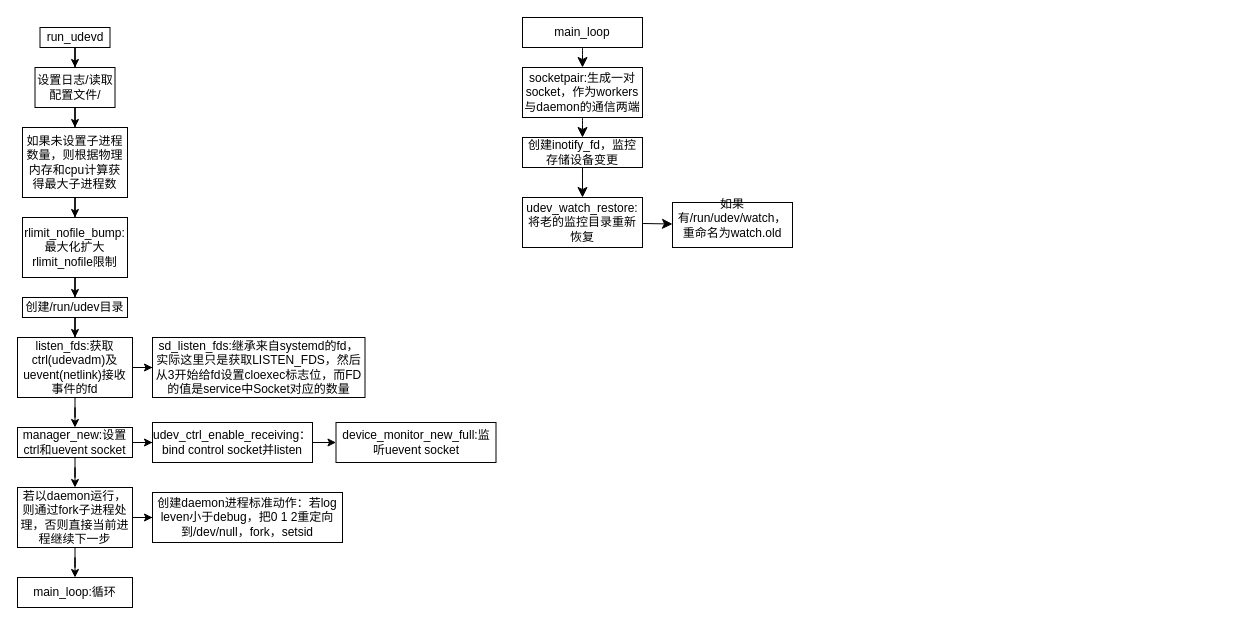
Above: systemd/code_read/udevd/udevd.drawio in syyhao1994/shenyangyang.github.io (draw.io), before the change. Source tidied: cells renumbered, new cells numbered last; positions are measured from the earlier drawing's top-left corner, leaving out a move shared by most shapes. Both pictures are drawn from the tidied source at 100%, with x=0, y=0 at pixel (17, 17).
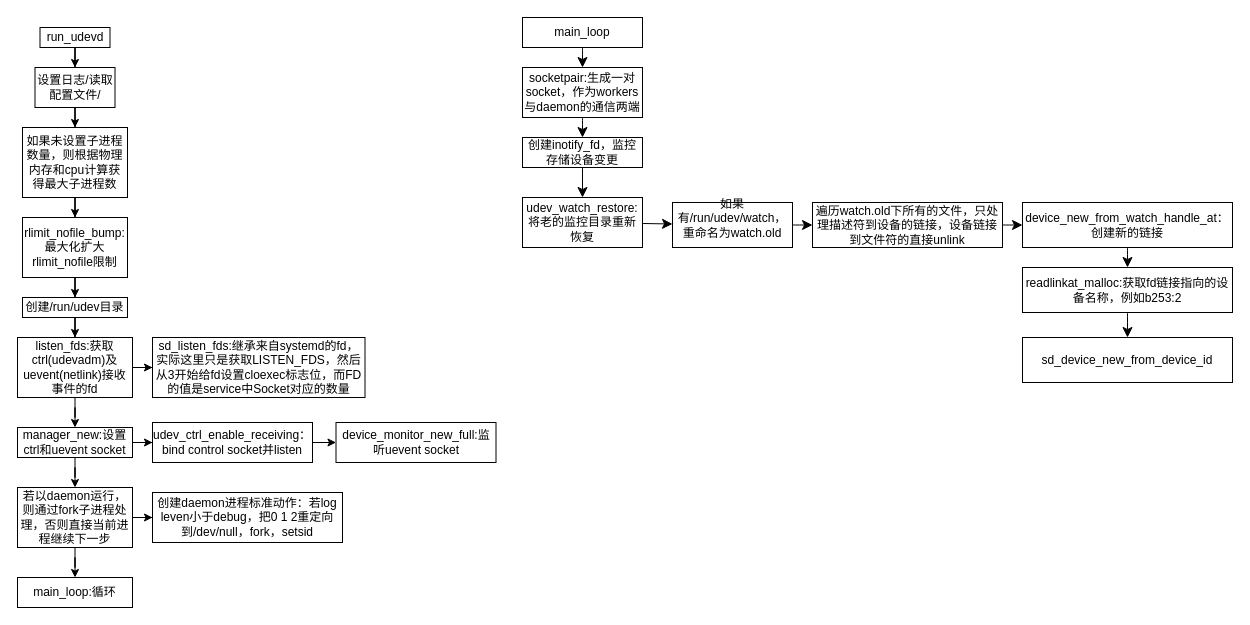
The same page after the edit.

Unchanged cells that the change refers to:
```xml
<mxCell id="35" value="如果有/run/udev/watch，重命名为watch.old&lt;div&gt;&lt;br&gt;&lt;/div&gt;" style="rounded=0;whiteSpace=wrap;html=1;" parent="1" vertex="1">
  <mxGeometry x="655" y="185" width="120" height="45" as="geometry" />
</mxCell>
```

The edit, as a diff of the source:
```diff
@@
+    <mxCell id="36" style="edgeStyle=none;curved=1;rounded=0;jettySize=auto;html=1;fontSize=12;startSize=8;endSize=8;" parent="1" edge="1" source="35" target="38">
+      <mxGeometry relative="1" as="geometry" />
+    </mxCell>
@@
+    <mxCell id="37" style="edgeStyle=none;curved=1;rounded=0;jettySize=auto;html=1;fontSize=12;startSize=8;endSize=8;" parent="1" edge="1" source="38" target="40">
+      <mxGeometry relative="1" as="geometry" />
+    </mxCell>
+    <mxCell id="38" value="遍历watch.old下所有的文件，只处理描述符到设备的链接，设备链接到文件符的直接unlink" style="rounded=0;whiteSpace=wrap;html=1;" parent="1" vertex="1">
+      <mxGeometry x="795" y="185" width="190" height="45" as="geometry" />
+    </mxCell>
+    <mxCell id="39" style="edgeStyle=none;curved=1;rounded=0;jettySize=auto;html=1;fontSize=12;startSize=8;endSize=8;" parent="1" edge="1" source="40" target="42">
+      <mxGeometry relative="1" as="geometry" />
+    </mxCell>
+    <mxCell id="40" value="device_new_from_watch_handle_at：创建新的链接" style="rounded=0;whiteSpace=wrap;html=1;" parent="1" vertex="1">
+      <mxGeometry x="1005" y="185" width="210" height="45" as="geometry" />
+    </mxCell>
+    <mxCell id="41" style="edgeStyle=none;curved=1;rounded=0;jettySize=auto;html=1;fontSize=12;startSize=8;endSize=8;" parent="1" edge="1" source="42" target="43">
+      <mxGeometry relative="1" as="geometry" />
+    </mxCell>
+    <mxCell id="42" value="readlinkat_malloc:获取fd链接指向的设备名称，例如b253:2" style="rounded=0;whiteSpace=wrap;html=1;" parent="1" vertex="1">
+      <mxGeometry x="1005" y="250" width="210" height="45" as="geometry" />
+    </mxCell>
+    <mxCell id="43" value="sd_device_new_from_device_id" style="rounded=0;whiteSpace=wrap;html=1;" parent="1" vertex="1">
+      <mxGeometry x="1005" y="320" width="210" height="45" as="geometry" />
+    </mxCell>
```
